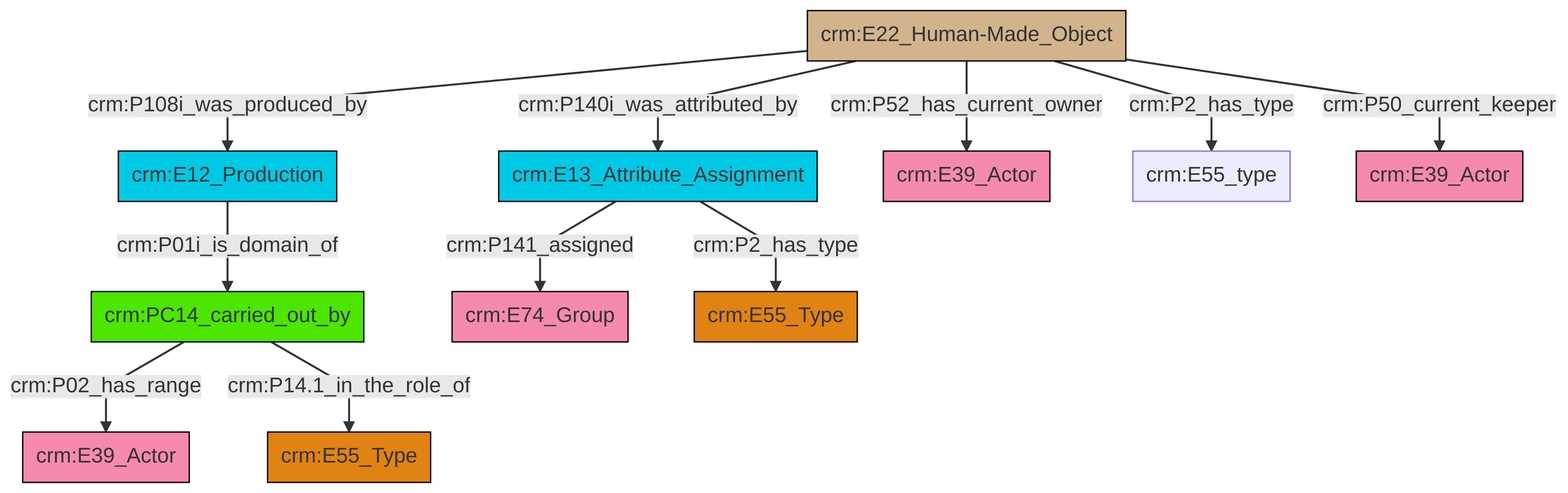
Earlier version of the Mermaid export et/artworkCSV/ttl/mmd/png/Artwork_Actor_Relations.png (swiss-art-research-net/docs.swissartresearch). Its source is kept beside it as et/artworkCSV/ttl/mmd/Artwork_Actor_Relations.ttl.mmd. Its diagram source:
```mermaid
graph TD
classDef Literal fill:#f2f2f2,stroke:#000000;
classDef CRM_Entity fill:#FFFFFF,stroke:#000000;
classDef Temporal_Entity fill:#00C9E6, stroke:#000000;
classDef Type fill:#E18312, stroke:#000000;
classDef Time-Span fill:#2C9C91, stroke:#000000;
classDef Appellation fill:#FFEB7F, stroke:#000000;
classDef Place fill:#008836, stroke:#000000;
classDef Persistent_Item fill:#B266B2, stroke:#000000;
classDef Conceptual_Object fill:#FFD700, stroke:#000000;
classDef Physical_Thing fill:#D2B48C, stroke:#000000;
classDef Actor fill:#f58aad, stroke:#000000;
classDef PC_Classes fill:#4ce600, stroke:#000000;
classDef Multi fill:#cccccc,stroke:#000000;

0["crm:PC14_carried_out_by"]:::PC_Classes -->|crm:P02_has_range| 1["crm:E39_Actor"]:::Actor
4["crm:E12_Production"]:::Temporal_Entity -->|crm:P01i_is_domain_of| 0["crm:PC14_carried_out_by"]:::PC_Classes
5["crm:E22_Human-Made_Object"]:::Physical_Thing -->|crm:P52_has_current_owner| 6["crm:E39_Actor"]:::Actor
2["crm:E13_Attribute_Assignment"]:::Temporal_Entity -->|crm:P141_assigned| 7["crm:E74_Group"]:::Actor
5["crm:E22_Human-Made_Object"]:::Physical_Thing -->|crm:P2_has_type| 8["crm:E55_type"]:::Default
5["crm:E22_Human-Made_Object"]:::Physical_Thing -->|crm:P50_current_keeper| 10["crm:E39_Actor"]:::Actor
2["crm:E13_Attribute_Assignment"]:::Temporal_Entity -->|crm:P2_has_type| 11["crm:E55_Type"]:::Type
0["crm:PC14_carried_out_by"]:::PC_Classes -->|crm:P14.1_in_the_role_of| 14["crm:E55_Type"]:::Type
5["crm:E22_Human-Made_Object"]:::Physical_Thing -->|crm:P140i_was_attributed_by| 2["crm:E13_Attribute_Assignment"]:::Temporal_Entity
5["crm:E22_Human-Made_Object"]:::Physical_Thing -->|crm:P108i_was_produced_by| 4["crm:E12_Production"]:::Temporal_Entity
```
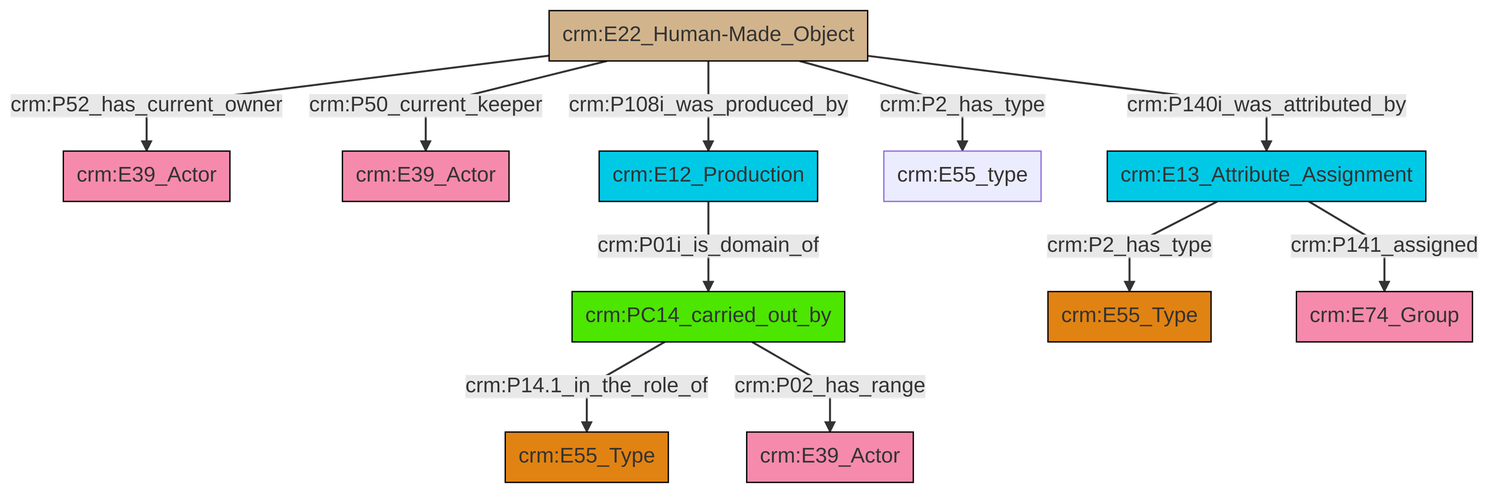
The same file after the commit.

Diff of the diagram source:
```diff
@@ -13,13 +13,13 @@
 classDef PC_Classes fill:#4ce600, stroke:#000000;
 classDef Multi fill:#cccccc,stroke:#000000;
 
-0["crm:PC14_carried_out_by"]:::PC_Classes -->|crm:P02_has_range| 1["crm:E39_Actor"]:::Actor
-4["crm:E12_Production"]:::Temporal_Entity -->|crm:P01i_is_domain_of| 0["crm:PC14_carried_out_by"]:::PC_Classes
-5["crm:E22_Human-Made_Object"]:::Physical_Thing -->|crm:P52_has_current_owner| 6["crm:E39_Actor"]:::Actor
-2["crm:E13_Attribute_Assignment"]:::Temporal_Entity -->|crm:P141_assigned| 7["crm:E74_Group"]:::Actor
-5["crm:E22_Human-Made_Object"]:::Physical_Thing -->|crm:P2_has_type| 8["crm:E55_type"]:::Default
-5["crm:E22_Human-Made_Object"]:::Physical_Thing -->|crm:P50_current_keeper| 10["crm:E39_Actor"]:::Actor
-2["crm:E13_Attribute_Assignment"]:::Temporal_Entity -->|crm:P2_has_type| 11["crm:E55_Type"]:::Type
-0["crm:PC14_carried_out_by"]:::PC_Classes -->|crm:P14.1_in_the_role_of| 14["crm:E55_Type"]:::Type
-5["crm:E22_Human-Made_Object"]:::Physical_Thing -->|crm:P140i_was_attributed_by| 2["crm:E13_Attribute_Assignment"]:::Temporal_Entity
-5["crm:E22_Human-Made_Object"]:::Physical_Thing -->|crm:P108i_was_produced_by| 4["crm:E12_Production"]:::Temporal_Entity
+4["crm:PC14_carried_out_by"]:::PC_Classes -->|crm:P14.1_in_the_role_of| 5["crm:E55_Type"]:::Type
+10["crm:E13_Attribute_Assignment"]:::Temporal_Entity -->|crm:P141_assigned| 11["crm:E74_Group"]:::Actor
+4["crm:PC14_carried_out_by"]:::PC_Classes -->|crm:P02_has_range| 0["crm:E39_Actor"]:::Actor
+15["crm:E12_Production"]:::Temporal_Entity -->|crm:P01i_is_domain_of| 4["crm:PC14_carried_out_by"]:::PC_Classes
+18["crm:E22_Human-Made_Object"]:::Physical_Thing -->|crm:P108i_was_produced_by| 15["crm:E12_Production"]:::Temporal_Entity
+18["crm:E22_Human-Made_Object"]:::Physical_Thing -->|crm:P52_has_current_owner| 2["crm:E39_Actor"]:::Actor
+18["crm:E22_Human-Made_Object"]:::Physical_Thing -->|crm:P2_has_type| 12["crm:E55_type"]:::Default
+10["crm:E13_Attribute_Assignment"]:::Temporal_Entity -->|crm:P2_has_type| 8["crm:E55_Type"]:::Type
+18["crm:E22_Human-Made_Object"]:::Physical_Thing -->|crm:P50_current_keeper| 6["crm:E39_Actor"]:::Actor
+18["crm:E22_Human-Made_Object"]:::Physical_Thing -->|crm:P140i_was_attributed_by| 10["crm:E13_Attribute_Assignment"]:::Temporal_Entity
```
